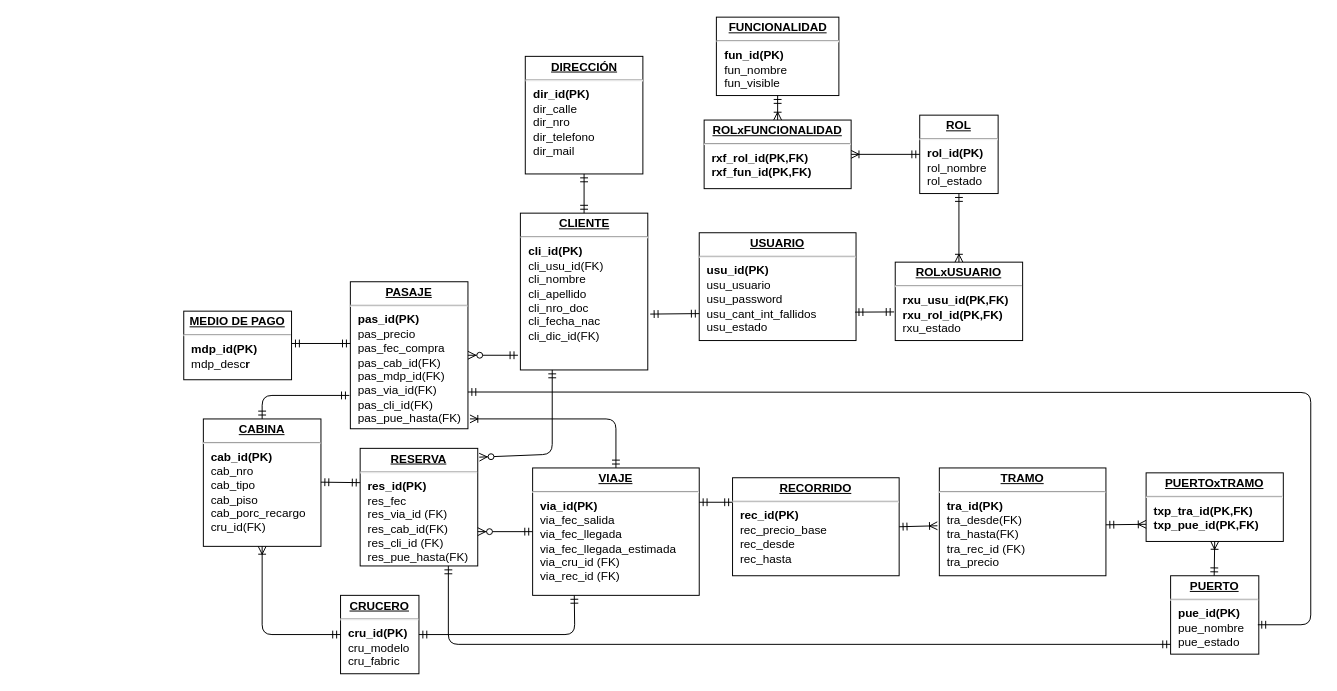
Before: DERtroll(3).drawio in IvanDL95/TP_Crucero, a draw.io diagram. Source tidied: cells renumbered, new cells numbered last; positions are measured from the earlier drawing's top-left corner, leaving out a move shared by most shapes. Both pictures are drawn from the tidied source at 98%, with x=0, y=0 at pixel (183, 17).
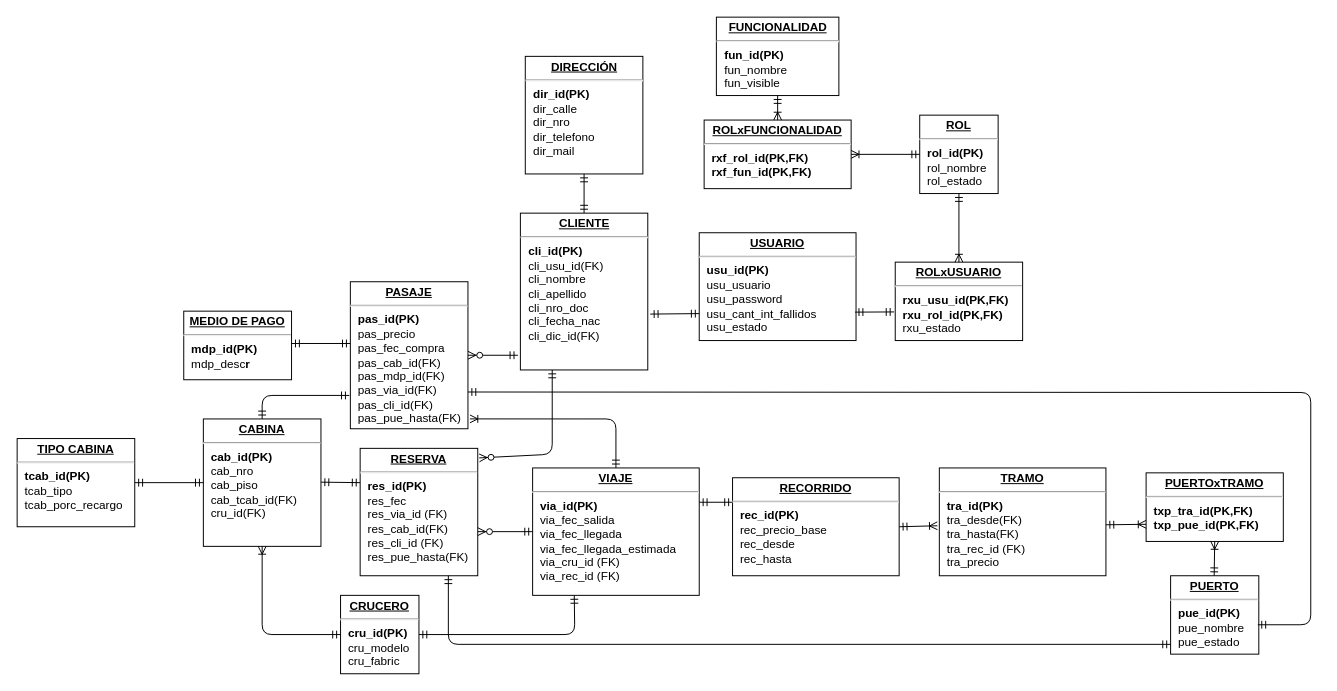
Above is the later version.

Commit message:
Actualizo el DER agregando TipoCabina

The edit, as a diff of the source:
```diff
@@
     <mxCell id="15" value="&lt;p style=&quot;margin: 0px ; margin-top: 4px ; text-align: center ; text-decoration: underline&quot;&gt;&lt;b&gt;RESERVA&lt;/b&gt;&lt;/p&gt;&lt;hr&gt;&lt;p style=&quot;margin: 0px ; margin-left: 8px&quot;&gt;&lt;b&gt;res_id(PK)&lt;/b&gt;&lt;br&gt;res_fec&lt;/p&gt;&lt;p style=&quot;margin: 0px ; margin-left: 8px&quot;&gt;res_via_id (FK)&lt;/p&gt;&lt;p style=&quot;margin: 0px ; margin-left: 8px&quot;&gt;res_cab_id(FK)&lt;br&gt;&lt;/p&gt;&lt;p style=&quot;margin: 0px ; margin-left: 8px&quot;&gt;res_cli_id (FK)&lt;/p&gt;&lt;p style=&quot;margin: 0px ; margin-left: 8px&quot;&gt;res_pue_hasta(FK)&lt;br&gt;&lt;/p&gt;" style="verticalAlign=top;align=left;overflow=fill;fontSize=12;fontFamily=Helvetica;html=1;" parent="1" vertex="1">
-      <mxGeometry x="180" y="440" width="120" height="120" as="geometry" />
+      <mxGeometry x="180" y="440" width="120" height="130" as="geometry" />
     </mxCell>
@@
-    <mxCell id="19" value="&lt;p style=&quot;margin: 0px ; margin-top: 4px ; text-align: center ; text-decoration: underline&quot;&gt;&lt;b&gt;CABINA&lt;/b&gt;&lt;/p&gt;&lt;hr&gt;&lt;p style=&quot;margin: 0px ; margin-left: 8px&quot;&gt;&lt;b&gt;cab_id(PK)&lt;/b&gt;&lt;br&gt;&lt;/p&gt;&lt;p style=&quot;margin: 0px ; margin-left: 8px&quot;&gt;cab_nro&lt;br&gt;&lt;/p&gt;&lt;p style=&quot;margin: 0px ; margin-left: 8px&quot;&gt;cab_tipo&lt;/p&gt;&lt;p style=&quot;margin: 0px ; margin-left: 8px&quot;&gt;cab_piso&lt;/p&gt;&lt;p style=&quot;margin: 0px ; margin-left: 8px&quot;&gt;cab_porc_recargo&lt;/p&gt;&lt;p style=&quot;margin: 0px ; margin-left: 8px&quot;&gt;cru_id(FK)&lt;br&gt;&lt;/p&gt;" style="verticalAlign=top;align=left;overflow=fill;fontSize=12;fontFamily=Helvetica;html=1;" parent="1" vertex="1">
+    <mxCell id="19" value="&lt;p style=&quot;margin: 0px ; margin-top: 4px ; text-align: center ; text-decoration: underline&quot;&gt;&lt;b&gt;CABINA&lt;/b&gt;&lt;/p&gt;&lt;hr&gt;&lt;p style=&quot;margin: 0px ; margin-left: 8px&quot;&gt;&lt;b&gt;cab_id(PK)&lt;/b&gt;&lt;br&gt;&lt;/p&gt;&lt;p style=&quot;margin: 0px ; margin-left: 8px&quot;&gt;cab_nro&lt;br&gt;&lt;/p&gt;&lt;p style=&quot;margin: 0px ; margin-left: 8px&quot;&gt;cab_piso&lt;/p&gt;&lt;p style=&quot;margin: 0px ; margin-left: 8px&quot;&gt;cab_tcab_id(FK)&lt;br&gt;&lt;/p&gt;&lt;p style=&quot;margin: 0px ; margin-left: 8px&quot;&gt;cru_id(FK)&lt;/p&gt;&lt;p style=&quot;margin: 0px ; margin-left: 8px&quot;&gt;&lt;br&gt;&lt;/p&gt;" style="verticalAlign=top;align=left;overflow=fill;fontSize=12;fontFamily=Helvetica;html=1;" parent="1" vertex="1">
       <mxGeometry x="20" y="410" width="120" height="130" as="geometry" />
     </mxCell>
@@
+    <mxCell id="40" value="&lt;p style=&quot;margin: 0px ; margin-top: 4px ; text-align: center ; text-decoration: underline&quot;&gt;&lt;b&gt;TIPO CABINA&lt;/b&gt;&lt;/p&gt;&lt;hr&gt;&lt;p style=&quot;margin: 0px ; margin-left: 8px&quot;&gt;&lt;b&gt;tcab_id(PK)&lt;/b&gt;&lt;br&gt;&lt;/p&gt;&lt;p style=&quot;margin: 0px ; margin-left: 8px&quot;&gt;tcab_tipo&lt;/p&gt;&lt;p style=&quot;margin: 0px ; margin-left: 8px&quot;&gt;tcab_porc_recargo&lt;/p&gt;" style="verticalAlign=top;align=left;overflow=fill;fontSize=12;fontFamily=Helvetica;html=1;" parent="1" vertex="1">
+      <mxGeometry x="-170" y="430" width="120" height="90" as="geometry" />
+    </mxCell>
+    <mxCell id="41" style="endArrow=ERmandOne;html=1;exitX=1;exitY=0.5;exitDx=0;exitDy=0;startArrow=ERmandOne;startFill=0;endFill=0;entryX=0;entryY=0.5;entryDx=0;entryDy=0;" parent="1" edge="1" source="40" target="19">
+      <mxGeometry relative="1" as="geometry" />
+    </mxCell>
```
